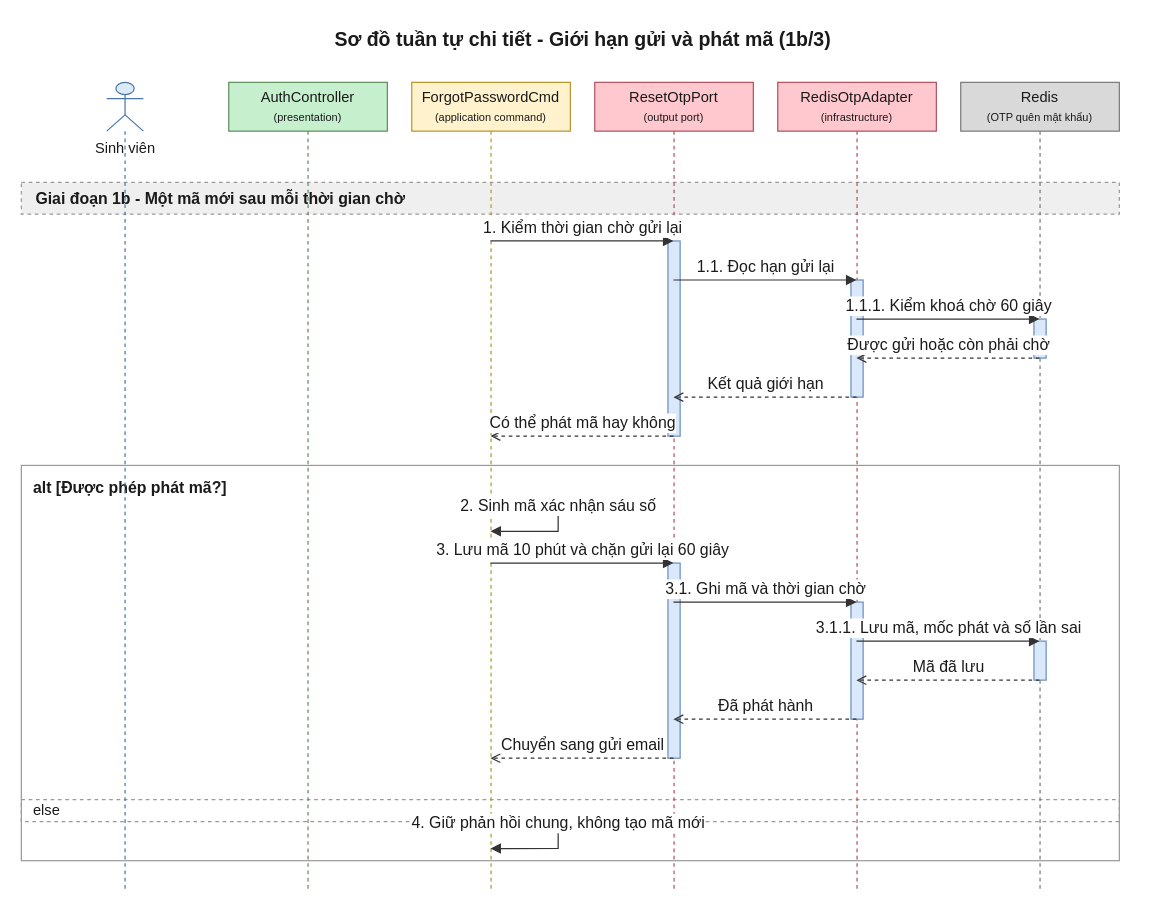
Earlier version of the draw.io diagram 08-diagram/sequence/user/sequence_user_quen_mat_khau_otp_p1b.drawio (daiphu1801/PRJ_ALGOPREP). Source tidied: cells renumbered, new cells numbered last; positions are measured from the earlier drawing's top-left corner, leaving out a move shared by most shapes. Both pictures are drawn from the tidied source at 122%, with x=0, y=0 at pixel (21, 21).
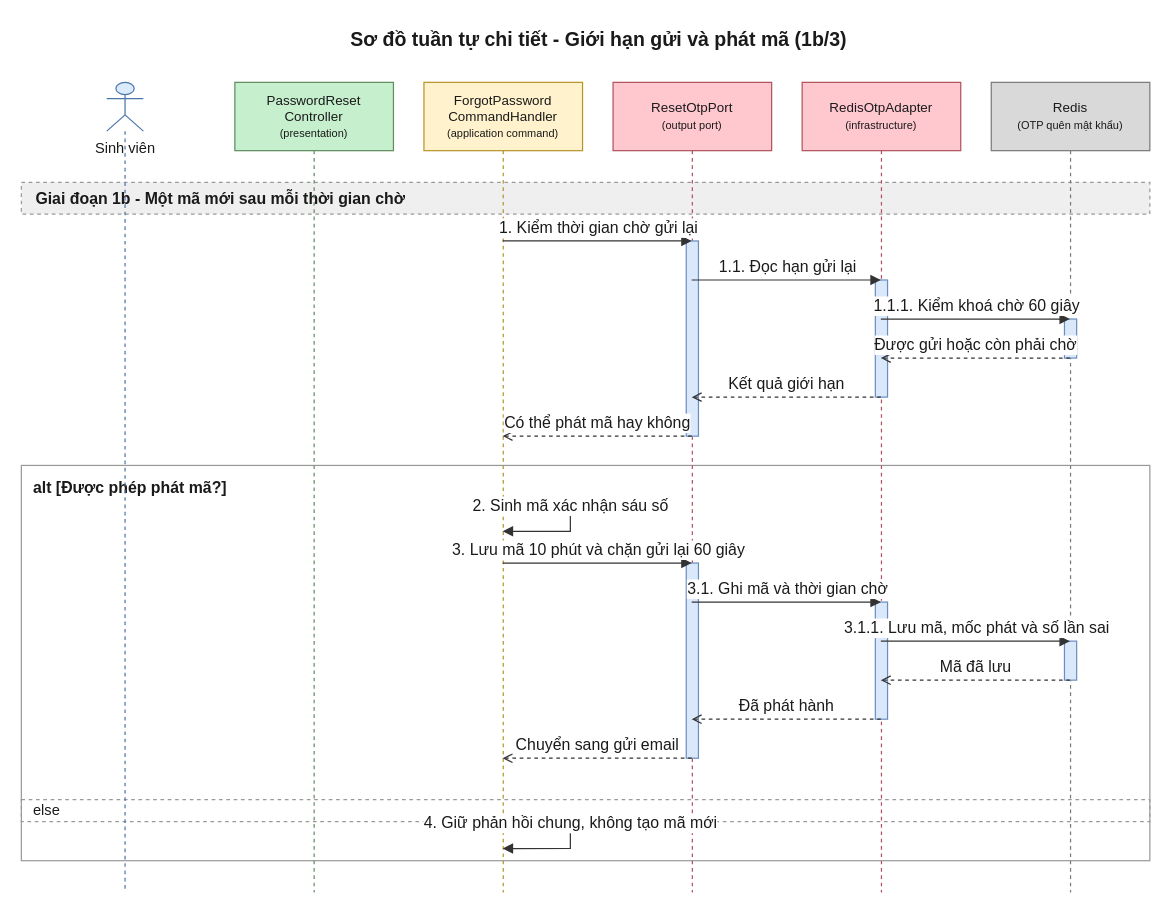
The same page after the edit.

Diff of the diagram source:
```diff
@@
     <mxCell id="2" value="Sơ đồ tuần tự chi tiết - Giới hạn gửi và phát mã (1b/3)" style="text;html=1;fontSize=16;fontStyle=1;align=center;verticalAlign=middle;fontColor=#1A1A1A;" parent="1" vertex="1">
-      <mxGeometry x="20" width="880" height="30" as="geometry" />
+      <mxGeometry x="20" width="905" height="30" as="geometry" />
     </mxCell>
     <mxCell id="3" value="alt [Được phép phát mã?]" style="algoprep=alt;rounded=0;whiteSpace=wrap;html=1;fillColor=none;strokeColor=#999999;verticalAlign=top;align=left;spacingLeft=8;spacingTop=4;fontColor=#1A1A1A;fontSize=13;fontStyle=1;dashed=0;" parent="1" vertex="1">
-      <mxGeometry y="364" width="900" height="324" as="geometry" />
+      <mxGeometry y="364" width="925" height="324" as="geometry" />
     </mxCell>
     <mxCell id="4" value="else" style="text;html=1;dashed=1;strokeColor=#999999;fillColor=none;align=left;verticalAlign=middle;spacingLeft=8;fontColor=#1A1A1A;fontSize=12;" parent="1" vertex="1">
-      <mxGeometry y="638" width="900" height="18" as="geometry" />
+      <mxGeometry y="638" width="925" height="18" as="geometry" />
     </mxCell>
     <mxCell id="5" value="Giai đoạn 1b - Một mã mới sau mỗi thời gian chờ" style="algoprep=phase;rounded=0;whiteSpace=wrap;html=1;fillColor=#EFEFEF;strokeColor=#999999;dashed=1;align=left;verticalAlign=middle;spacingLeft=10;fontColor=#1A1A1A;fontSize=13;fontStyle=1;" parent="1" vertex="1">
-      <mxGeometry y="132" width="900" height="26" as="geometry" />
+      <mxGeometry y="132" width="925" height="26" as="geometry" />
     </mxCell>
@@
-    <mxCell id="7" value="AuthController&lt;br&gt;&lt;font style=&quot;font-size:9px&quot;&gt;(presentation)&lt;/font&gt;" style="shape=umlLifeline;perimeter=lifelinePerimeter;whiteSpace=wrap;html=1;size=40;fillColor=#C6EFCE;strokeColor=#5E8E5E;fontColor=#1A1A1A;" parent="1" vertex="1">
-      <mxGeometry x="170" y="50" width="130" height="664" as="geometry" />
+    <mxCell id="7" value="PasswordReset&lt;br&gt;Controller&lt;br&gt;&lt;font style=&quot;font-size:9px&quot;&gt;(presentation)&lt;/font&gt;" style="shape=umlLifeline;perimeter=lifelinePerimeter;whiteSpace=wrap;html=1;size=56;fontSize=11;fillColor=#C6EFCE;strokeColor=#5E8E5E;fontColor=#1A1A1A;" parent="1" vertex="1">
+      <mxGeometry x="175" y="50" width="130" height="664" as="geometry" />
     </mxCell>
-    <mxCell id="8" value="ForgotPasswordCmd&lt;br&gt;&lt;font style=&quot;font-size:9px&quot;&gt;(application command)&lt;/font&gt;" style="shape=umlLifeline;perimeter=lifelinePerimeter;whiteSpace=wrap;html=1;outlineConnect=0;size=40;fillColor=#FFF2CC;strokeColor=#B8952A;fontColor=#1A1A1A;" parent="1" vertex="1">
-      <mxGeometry x="320" y="50" width="130" height="664" as="geometry" />
+    <mxCell id="8" value="ForgotPassword&lt;br&gt;CommandHandler&lt;br&gt;&lt;font style=&quot;font-size:9px&quot;&gt;(application command)&lt;/font&gt;" style="shape=umlLifeline;perimeter=lifelinePerimeter;whiteSpace=wrap;html=1;outlineConnect=0;size=56;fontSize=11;fillColor=#FFF2CC;strokeColor=#B8952A;fontColor=#1A1A1A;" parent="1" vertex="1">
+      <mxGeometry x="330" y="50" width="130" height="664" as="geometry" />
     </mxCell>
-    <mxCell id="9" value="ResetOtpPort&lt;br&gt;&lt;font style=&quot;font-size:9px&quot;&gt;(output port)&lt;/font&gt;" style="shape=umlLifeline;perimeter=lifelinePerimeter;whiteSpace=wrap;html=1;outlineConnect=0;size=40;fillColor=#FFC7CE;strokeColor=#B0525E;fontColor=#1A1A1A;" parent="1" vertex="1">
-      <mxGeometry x="470" y="50" width="130" height="664" as="geometry" />
+    <mxCell id="9" value="ResetOtpPort&lt;br&gt;&lt;font style=&quot;font-size:9px&quot;&gt;(output port)&lt;/font&gt;" style="shape=umlLifeline;perimeter=lifelinePerimeter;whiteSpace=wrap;html=1;outlineConnect=0;size=56;fontSize=11;fillColor=#FFC7CE;strokeColor=#B0525E;fontColor=#1A1A1A;" parent="1" vertex="1">
+      <mxGeometry x="485" y="50" width="130" height="664" as="geometry" />
     </mxCell>
-    <mxCell id="10" value="RedisOtpAdapter&lt;br&gt;&lt;font style=&quot;font-size:9px&quot;&gt;(infrastructure)&lt;/font&gt;" style="shape=umlLifeline;perimeter=lifelinePerimeter;whiteSpace=wrap;html=1;outlineConnect=0;size=40;fillColor=#FFC7CE;strokeColor=#B0525E;fontColor=#1A1A1A;" parent="1" vertex="1">
-      <mxGeometry x="620" y="50" width="130" height="664" as="geometry" />
+    <mxCell id="10" value="RedisOtpAdapter&lt;br&gt;&lt;font style=&quot;font-size:9px&quot;&gt;(infrastructure)&lt;/font&gt;" style="shape=umlLifeline;perimeter=lifelinePerimeter;whiteSpace=wrap;html=1;outlineConnect=0;size=56;fontSize=11;fillColor=#FFC7CE;strokeColor=#B0525E;fontColor=#1A1A1A;" parent="1" vertex="1">
+      <mxGeometry x="640" y="50" width="130" height="664" as="geometry" />
     </mxCell>
-    <mxCell id="11" value="Redis&lt;br&gt;&lt;font style=&quot;font-size:9px&quot;&gt;(OTP quên mật khẩu)&lt;/font&gt;" style="shape=umlLifeline;perimeter=lifelinePerimeter;whiteSpace=wrap;html=1;outlineConnect=0;size=40;fillColor=#D9D9D9;strokeColor=#7A7A7A;fontColor=#1A1A1A;" parent="1" vertex="1">
-      <mxGeometry x="770" y="50" width="130" height="664" as="geometry" />
+    <mxCell id="11" value="Redis&lt;br&gt;&lt;font style=&quot;font-size:9px&quot;&gt;(OTP quên mật khẩu)&lt;/font&gt;" style="shape=umlLifeline;perimeter=lifelinePerimeter;whiteSpace=wrap;html=1;outlineConnect=0;size=56;fontSize=11;fillColor=#D9D9D9;strokeColor=#7A7A7A;fontColor=#1A1A1A;" parent="1" vertex="1">
+      <mxGeometry x="795" y="50" width="130" height="664" as="geometry" />
     </mxCell>
@@
     <mxCell id="24" value="2. Sinh mã xác nhận sáu số" style="edgeStyle=orthogonalEdgeStyle;rounded=0;html=1;endArrow=block;endFill=1;strokeColor=#333333;fontColor=#1A1A1A;fontSize=13;verticalAlign=bottom;exitX=0.5;exitY=0.5241;exitDx=0;exitDy=0;entryX=0.5;entryY=0.5542;entryDx=0;entryDy=0;" parent="1" edge="1" source="8" target="8">
       <mxGeometry relative="1" as="geometry">
         <Array as="points">
-          <mxPoint x="440" y="398" />
-          <mxPoint x="440" y="418" />
+          <mxPoint x="450" y="398" />
+          <mxPoint x="450" y="418" />
         </Array>
       </mxGeometry>
     </mxCell>
@@
     <mxCell id="31" value="4. Giữ phản hồi chung, không tạo mã mới" style="edgeStyle=orthogonalEdgeStyle;rounded=0;html=1;endArrow=block;endFill=1;strokeColor=#333333;fontColor=#1A1A1A;fontSize=13;verticalAlign=bottom;exitX=0.5;exitY=0.9157;exitDx=0;exitDy=0;entryX=0.5;entryY=0.9458;entryDx=0;entryDy=0;" parent="1" edge="1" source="8" target="8">
       <mxGeometry relative="1" as="geometry">
         <Array as="points">
-          <mxPoint x="440" y="658" />
-          <mxPoint x="440" y="678" />
+          <mxPoint x="450" y="658" />
+          <mxPoint x="450" y="678" />
         </Array>
       </mxGeometry>
     </mxCell>
```
